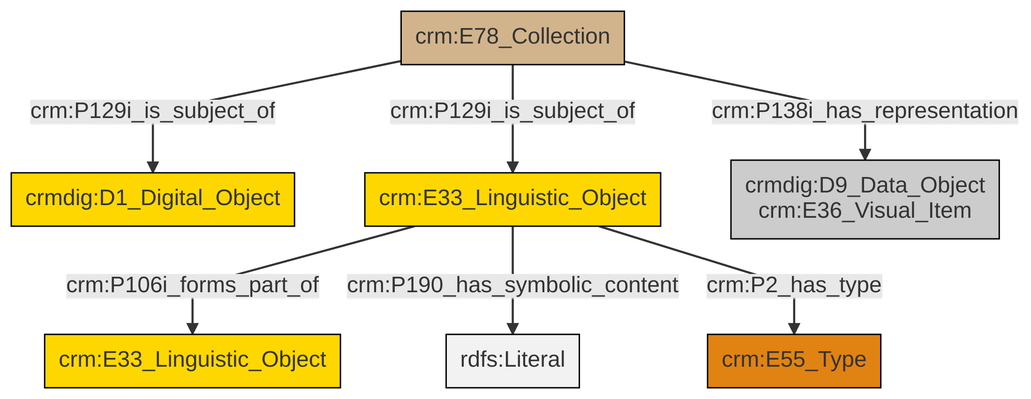
This is et/archivalCSV/ttl/mmd/png/archival_docs.png from swiss-art-research-net/docs.swissartresearch, a Mermaid export, as it was before one commit. Its source is kept beside it as et/archivalCSV/ttl/mmd/archival_docs.ttl.mmd.
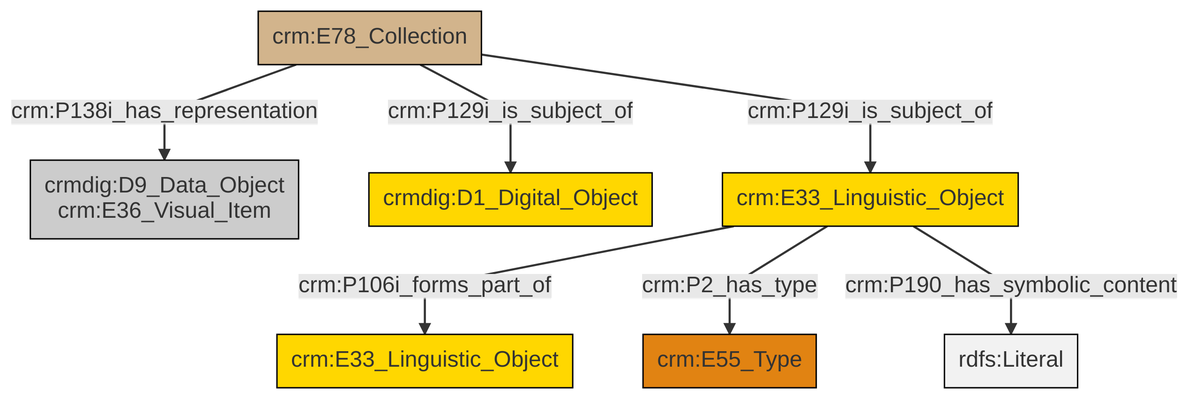
After the change.

The edit, as a diff of the source:
```diff
@@ -13,9 +13,9 @@
 classDef PC_Classes fill:#4ce600, stroke:#000000;
 classDef Multi fill:#cccccc,stroke:#000000;
 
-2["crm:E33_Linguistic_Object"]:::Conceptual_Object -->|crm:P106i_forms_part_of| 3["crm:E33_Linguistic_Object"]:::Conceptual_Object
-2["crm:E33_Linguistic_Object"]:::Conceptual_Object -->|crm:P190_has_symbolic_content| 6[rdfs:Literal]:::Literal
-7["crm:E78_Collection"]:::Physical_Thing -->|crm:P138i_has_representation| 4["crmdig:D9_Data_Object<br>crm:E36_Visual_Item"]:::Multi
-7["crm:E78_Collection"]:::Physical_Thing -->|crm:P129i_is_subject_of| 0["crmdig:D1_Digital_Object"]:::Conceptual_Object
-2["crm:E33_Linguistic_Object"]:::Conceptual_Object -->|crm:P2_has_type| 8["crm:E55_Type"]:::Type
-7["crm:E78_Collection"]:::Physical_Thing -->|crm:P129i_is_subject_of| 2["crm:E33_Linguistic_Object"]:::Conceptual_Object
+0["crm:E78_Collection"]:::Physical_Thing -->|crm:P138i_has_representation| 1["crmdig:D9_Data_Object<br>crm:E36_Visual_Item"]:::Multi
+0["crm:E78_Collection"]:::Physical_Thing -->|crm:P129i_is_subject_of| 2["crmdig:D1_Digital_Object"]:::Conceptual_Object
+0["crm:E78_Collection"]:::Physical_Thing -->|crm:P129i_is_subject_of| 4["crm:E33_Linguistic_Object"]:::Conceptual_Object
+4["crm:E33_Linguistic_Object"]:::Conceptual_Object -->|crm:P106i_forms_part_of| 8["crm:E33_Linguistic_Object"]:::Conceptual_Object
+4["crm:E33_Linguistic_Object"]:::Conceptual_Object -->|crm:P2_has_type| 6["crm:E55_Type"]:::Type
+4["crm:E33_Linguistic_Object"]:::Conceptual_Object -->|crm:P190_has_symbolic_content| 12[rdfs:Literal]:::Literal
```
